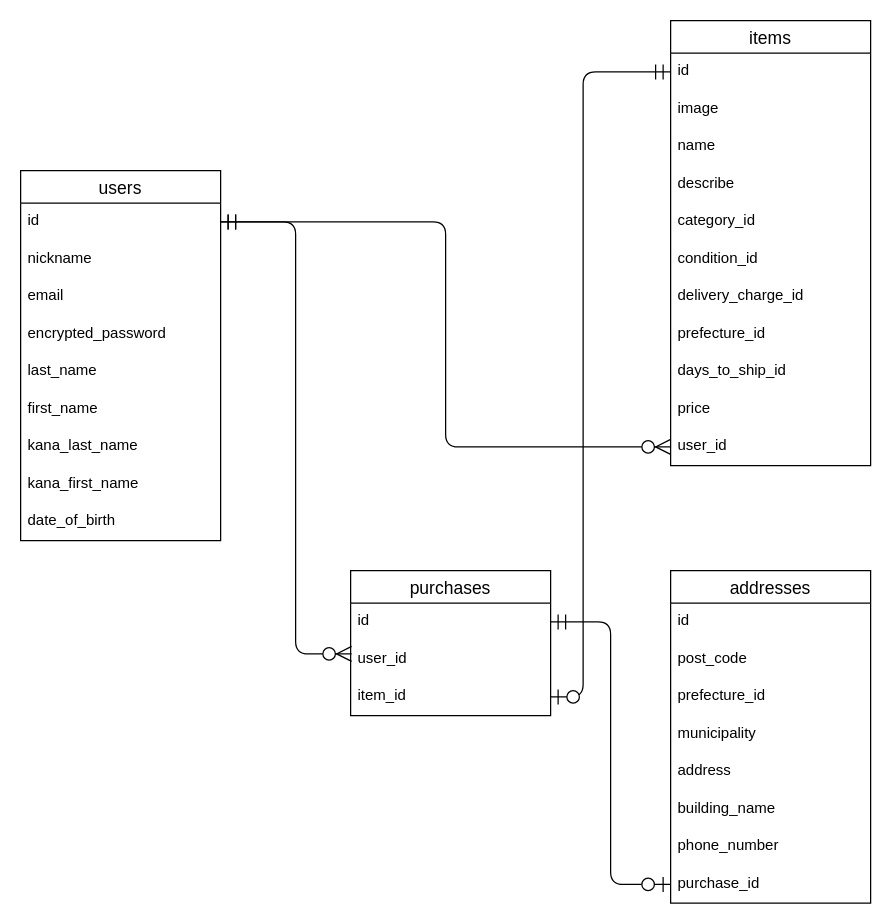
Earlier version of the draw.io diagram tables.dio (yoma2003/furima-38038). Source tidied: cells renumbered, new cells numbered last; positions are measured from the earlier drawing's top-left corner, leaving out a move shared by most shapes. Both pictures are drawn from the tidied source at 125%, with x=0, y=0 at pixel (20, 20).
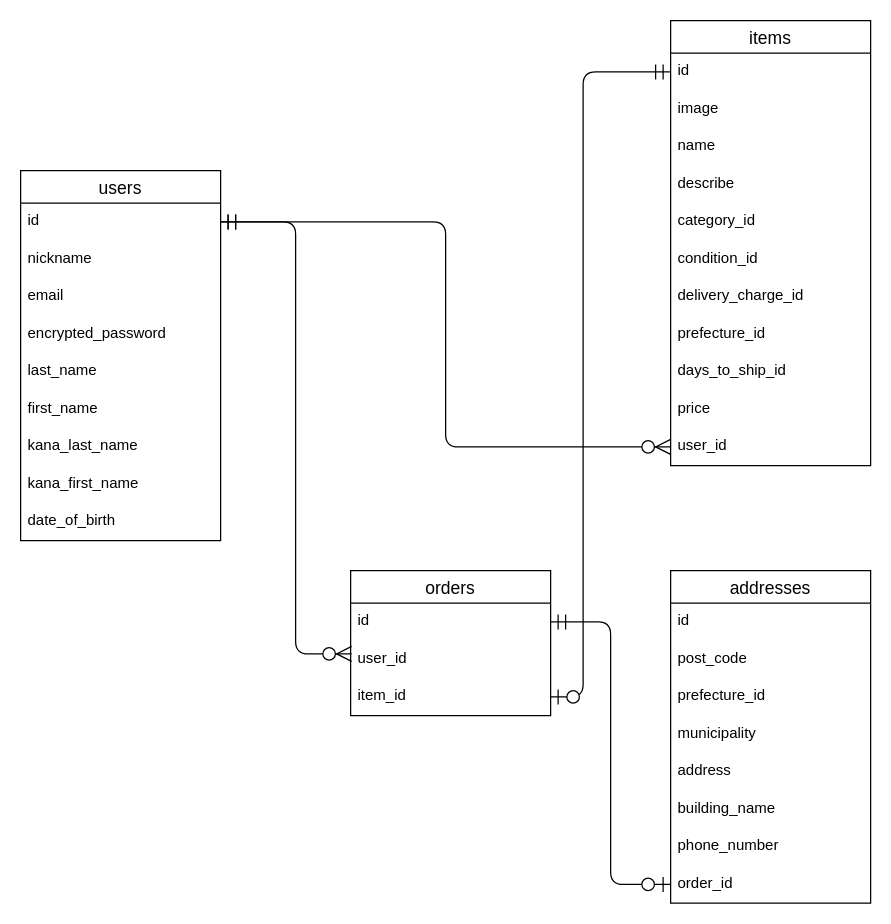
The same diagram, later.

Unchanged cells that the change refers to:
```xml
<mxCell id="24" value="addresses" style="swimlane;fontStyle=0;horizontal=1;startSize=26;align=center;fontSize=14;direction=east;" parent="1" vertex="1">
  <mxGeometry x="520" y="440" width="160" height="266" as="geometry" />
</mxCell>
```

What changed in the source:
```diff
@@
-    <mxCell id="32" value="purchase_id" style="text;strokeColor=none;fillColor=none;spacingLeft=4;spacingRight=4;overflow=hidden;points=[[0,0.5],[1,0.5]];portConstraint=eastwest;fontSize=12;" parent="24" vertex="1">
+    <mxCell id="32" value="order_id" style="text;strokeColor=none;fillColor=none;spacingLeft=4;spacingRight=4;overflow=hidden;points=[[0,0.5],[1,0.5]];portConstraint=eastwest;fontSize=12;" parent="24" vertex="1">
       <mxGeometry y="236" width="160" height="30" as="geometry" />
     </mxCell>
@@
-    <mxCell id="36" value="purchases" style="swimlane;fontStyle=0;horizontal=1;startSize=26;align=center;fontSize=14;" parent="1" vertex="1">
+    <mxCell id="36" value="orders" style="swimlane;fontStyle=0;horizontal=1;startSize=26;align=center;fontSize=14;" parent="1" vertex="1">
       <mxGeometry x="264" y="440" width="160" height="116" as="geometry" />
     </mxCell>
```
